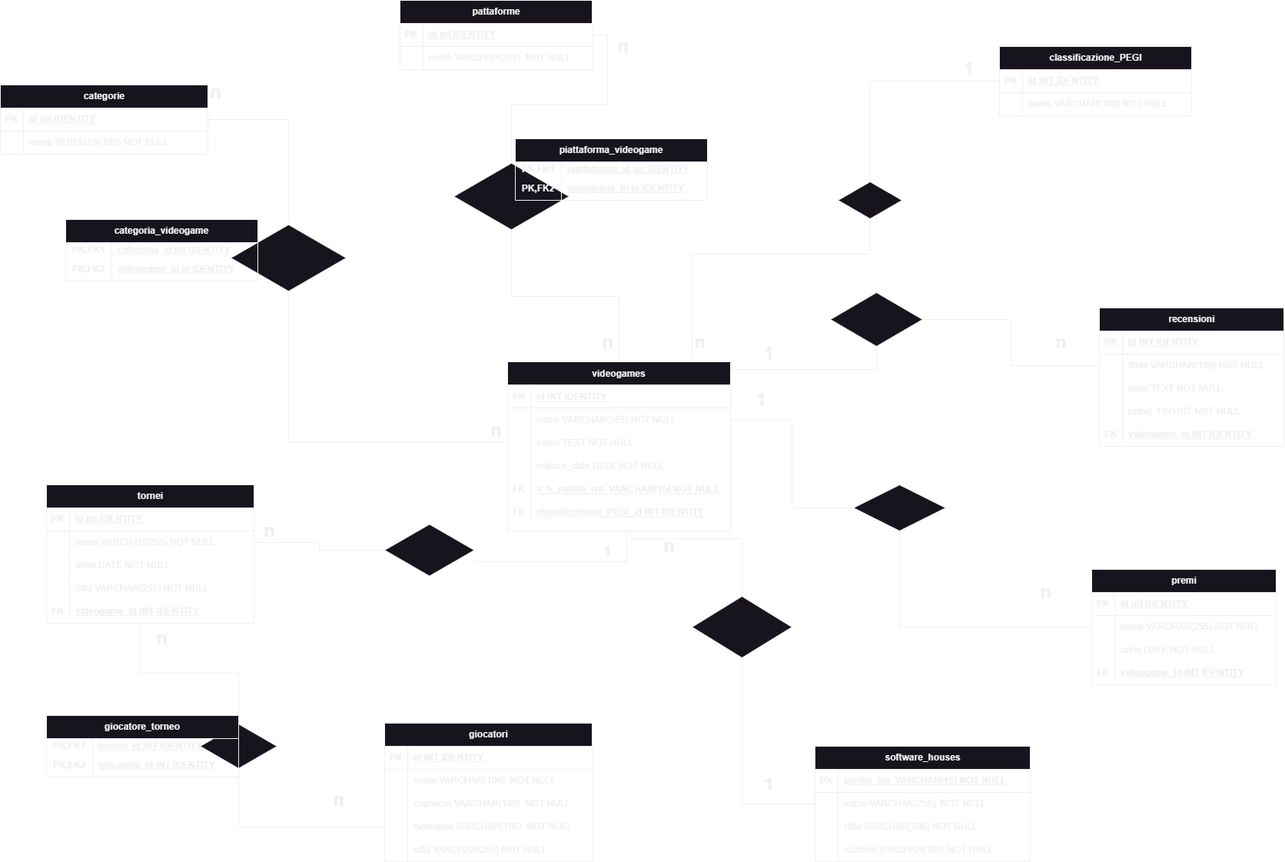
Above: db-videogames.png in FrancescoCauzzi/db-videogames (draw.io), before the change. Source tidied: cells renumbered, new cells last; positions are measured from the earlier drawing's top-left corner, leaving out a move shared by most shapes.
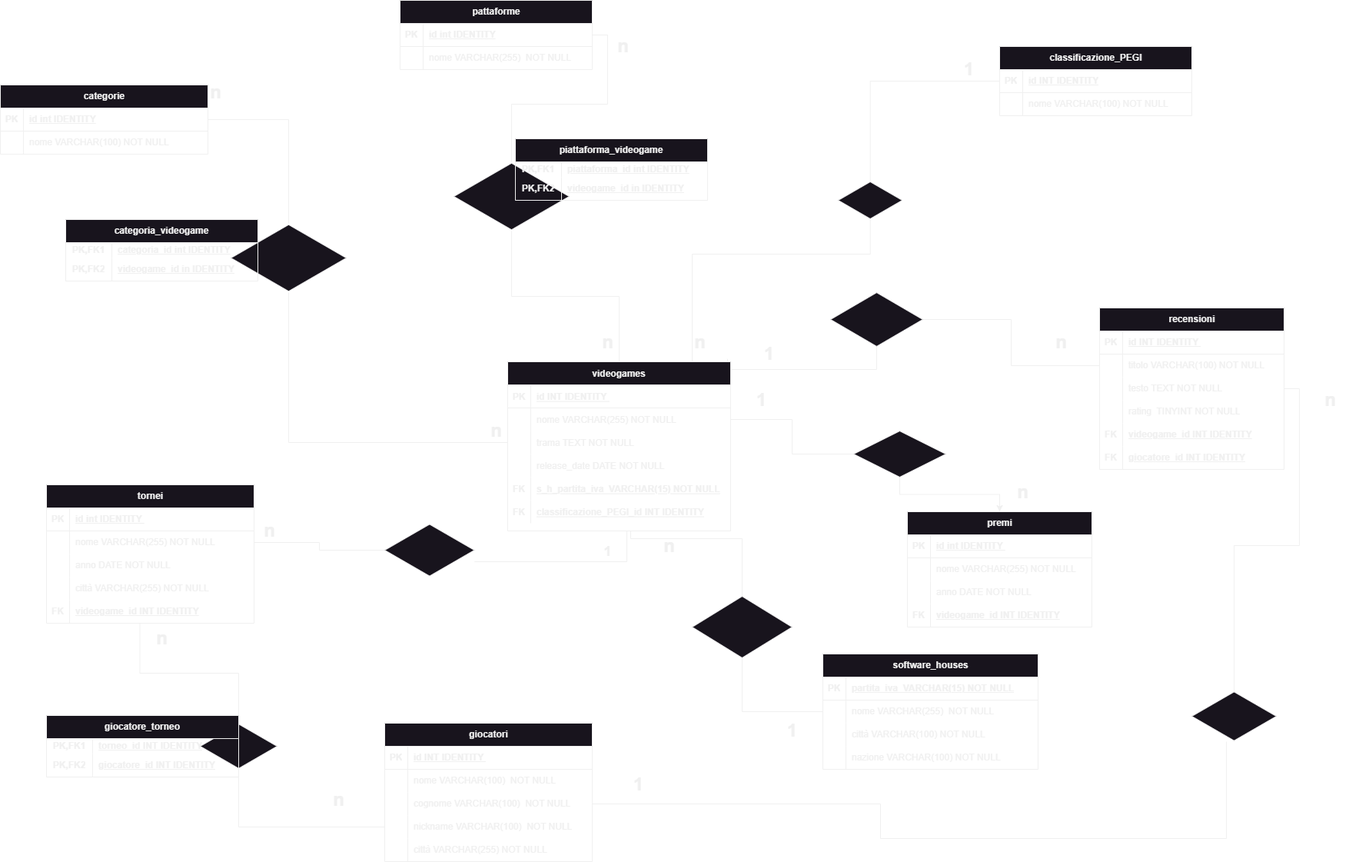
The same file after the commit.

Commit message:
feat: relashionship between recensioni e giocatori added

Diff of the diagram source:
```diff
@@ -60,7 +60,7 @@
       <mxGeometry x="30" width="260" height="30" as="geometry" />
     </mxCell>
     <mxCell id="21" value="software_houses" style="shape=table;startSize=30;rowLines=0;fontStyle=1;align=center;html=1;" parent="1" vertex="1">
-      <mxGeometry x="1060" y="970" width="280" height="150" as="geometry" />
+      <mxGeometry x="1070" y="850" width="280" height="150" as="geometry" />
     </mxCell>
     <mxCell id="22" style="shape=tableRow;horizontal=0;startSize=0;swimlaneHead=0;swimlaneBody=0;fillColor=none;top=0;left=0;right=0;bottom=1;" parent="21" vertex="1">
       <mxGeometry y="30" width="280" height="30" as="geometry" />
@@ -237,7 +237,7 @@
       <mxGeometry x="30" width="240" height="30" as="geometry" />
     </mxCell>
     <mxCell id="80" value="recensioni" style="shape=table;startSize=30;rowLines=0;fontStyle=1;align=center;html=1;" parent="1" vertex="1">
-      <mxGeometry x="1430" y="400" width="240" height="180" as="geometry" />
+      <mxGeometry x="1430" y="400" width="240" height="210" as="geometry" />
     </mxCell>
     <mxCell id="81" style="shape=tableRow;horizontal=0;startSize=0;swimlaneHead=0;swimlaneBody=0;fillColor=none;top=0;left=0;right=0;bottom=1;" parent="80" vertex="1">
       <mxGeometry y="30" width="240" height="30" as="geometry" />
@@ -284,8 +284,17 @@
     <mxCell id="95" value="&lt;b&gt;&lt;u&gt;videogame_id INT IDENTITY&lt;/u&gt;&lt;/b&gt;" style="shape=partialRectangle;fillColor=none;top=0;left=0;bottom=0;right=0;align=left;spacingLeft=6;overflow=hidden;whiteSpace=wrap;html=1;" parent="93" vertex="1">
       <mxGeometry x="30" width="210" height="30" as="geometry" />
     </mxCell>
+    <mxCell id="177" style="shape=tableRow;horizontal=0;startSize=0;swimlaneHead=0;swimlaneBody=0;fillColor=none;top=0;left=0;right=0;bottom=0;" parent="80" vertex="1">
+      <mxGeometry y="180" width="240" height="30" as="geometry" />
+    </mxCell>
+    <mxCell id="178" value="&lt;b&gt;FK&lt;/b&gt;" style="shape=partialRectangle;fillColor=none;top=0;left=0;bottom=0;right=0;overflow=hidden;whiteSpace=wrap;html=1;" parent="177" vertex="1">
+      <mxGeometry width="30" height="30" as="geometry" />
+    </mxCell>
+    <mxCell id="179" value="&lt;u&gt;&lt;b&gt;giocatore_id INT IDENTITY&lt;/b&gt;&lt;/u&gt;" style="shape=partialRectangle;fillColor=none;top=0;left=0;bottom=0;right=0;align=left;spacingLeft=6;overflow=hidden;whiteSpace=wrap;html=1;" parent="177" vertex="1">
+      <mxGeometry x="30" width="210" height="30" as="geometry" />
+    </mxCell>
     <mxCell id="96" value="premi" style="shape=table;startSize=30;rowLines=0;fontStyle=1;align=center;html=1;" parent="1" vertex="1">
-      <mxGeometry x="1420" y="740" width="240" height="150" as="geometry" />
+      <mxGeometry x="1180" y="665" width="240" height="150" as="geometry" />
     </mxCell>
     <mxCell id="97" style="shape=tableRow;horizontal=0;startSize=0;swimlaneHead=0;swimlaneBody=0;fillColor=none;top=0;left=0;right=0;bottom=1;" parent="96" vertex="1">
       <mxGeometry y="30" width="240" height="30" as="geometry" />
@@ -323,17 +332,17 @@
     <mxCell id="108" value="&lt;b&gt;&lt;u&gt;videogame_id INT IDENTITY&lt;/u&gt;&lt;/b&gt;" style="shape=partialRectangle;fillColor=none;top=0;left=0;bottom=0;right=0;align=left;spacingLeft=6;overflow=hidden;whiteSpace=wrap;html=1;" parent="106" vertex="1">
       <mxGeometry x="30" width="210" height="30" as="geometry" />
     </mxCell>
-    <mxCell id="109" style="edgeStyle=orthogonalEdgeStyle;rounded=0;jettySize=auto;html=1;entryX=0;entryY=0.5;entryDx=0;entryDy=0;endArrow=none;endFill=0;" parent="1" edge="1" source="110" target="100">
-      <mxGeometry relative="1" as="geometry" />
-    </mxCell>
+    <mxCell id="180" style="edgeStyle=orthogonalEdgeStyle;rounded=0;jettySize=auto;html=1;entryX=0.5;entryY=0;entryDx=0;entryDy=0;" parent="1" edge="1" source="110" target="96">
+      <mxGeometry relative="1" as="geometry" />
+    </mxCell>
     <mxCell id="110" style="shape=rhombus;perimeter=rhombusPerimeter;whiteSpace=wrap;html=1;align=center;" parent="1" vertex="1">
-      <mxGeometry x="1110" y="630" width="120" height="60" as="geometry" />
+      <mxGeometry x="1110" y="560" width="120" height="60" as="geometry" />
     </mxCell>
     <mxCell id="111" style="edgeStyle=orthogonalEdgeStyle;rounded=0;jettySize=auto;html=1;entryX=0;entryY=0.5;entryDx=0;entryDy=0;endArrow=none;endFill=0;" parent="1" edge="1" source="6" target="110">
       <mxGeometry relative="1" as="geometry" />
     </mxCell>
     <mxCell id="112" value="n" style="text;strokeColor=none;fillColor=none;html=1;fontSize=24;fontStyle=1;verticalAlign=middle;align=center;" parent="1" vertex="1">
-      <mxGeometry x="1310" y="750" width="100" height="40" as="geometry" />
+      <mxGeometry x="1280" y="620" width="100" height="40" as="geometry" />
     </mxCell>
     <mxCell id="113" value="1" style="text;strokeColor=none;fillColor=none;html=1;fontSize=24;fontStyle=1;verticalAlign=middle;align=center;" parent="1" vertex="1">
       <mxGeometry x="940" y="500" width="100" height="40" as="geometry" />
@@ -372,7 +381,7 @@
       <mxGeometry x="900" y="775" width="130" height="80" as="geometry" />
     </mxCell>
     <mxCell id="122" value="1" style="text;strokeColor=none;fillColor=none;html=1;fontSize=24;fontStyle=1;verticalAlign=middle;align=center;" parent="1" vertex="1">
-      <mxGeometry x="950" y="1000" width="100" height="40" as="geometry" />
+      <mxGeometry x="980" y="930" width="100" height="40" as="geometry" />
     </mxCell>
     <mxCell id="123" value="n" style="text;strokeColor=none;fillColor=none;html=1;fontSize=24;fontStyle=1;verticalAlign=middle;align=center;" parent="1" vertex="1">
       <mxGeometry x="820" y="690" width="100" height="40" as="geometry" />
@@ -548,5 +557,26 @@
     <mxCell id="176" value="1" style="text;strokeColor=none;fillColor=none;html=1;fontSize=24;fontStyle=1;verticalAlign=middle;align=center;" parent="1" vertex="1">
       <mxGeometry x="1210" y="70" width="100" height="40" as="geometry" />
     </mxCell>
+    <mxCell id="181" style="edgeStyle=orthogonalEdgeStyle;rounded=0;jettySize=auto;html=1;entryX=1;entryY=0.5;entryDx=0;entryDy=0;endArrow=none;endFill=0;" parent="1" edge="1" source="183" target="71">
+      <mxGeometry relative="1" as="geometry">
+        <Array as="points">
+          <mxPoint x="1595" y="1090" />
+          <mxPoint x="1145" y="1090" />
+          <mxPoint x="1145" y="1045" />
+        </Array>
+      </mxGeometry>
+    </mxCell>
+    <mxCell id="182" style="edgeStyle=orthogonalEdgeStyle;rounded=0;jettySize=auto;html=1;entryX=1;entryY=0.5;entryDx=0;entryDy=0;endArrow=none;endFill=0;" parent="1" edge="1" source="183" target="87">
+      <mxGeometry relative="1" as="geometry" />
+    </mxCell>
+    <mxCell id="183" style="html=1;whiteSpace=wrap;shape=isoRectangle;" parent="1" vertex="1">
+      <mxGeometry x="1550" y="898" width="110" height="66" as="geometry" />
+    </mxCell>
+    <mxCell id="184" value="1" style="text;strokeColor=none;fillColor=none;html=1;fontSize=24;fontStyle=1;verticalAlign=middle;align=center;" parent="1" vertex="1">
+      <mxGeometry x="780" y="1000" width="100" height="40" as="geometry" />
+    </mxCell>
+    <mxCell id="185" value="n" style="text;strokeColor=none;fillColor=none;html=1;fontSize=24;fontStyle=1;verticalAlign=middle;align=center;" parent="1" vertex="1">
+      <mxGeometry x="1680" y="500" width="100" height="40" as="geometry" />
+    </mxCell>
   </root>
 </mxGraphModel>
```
